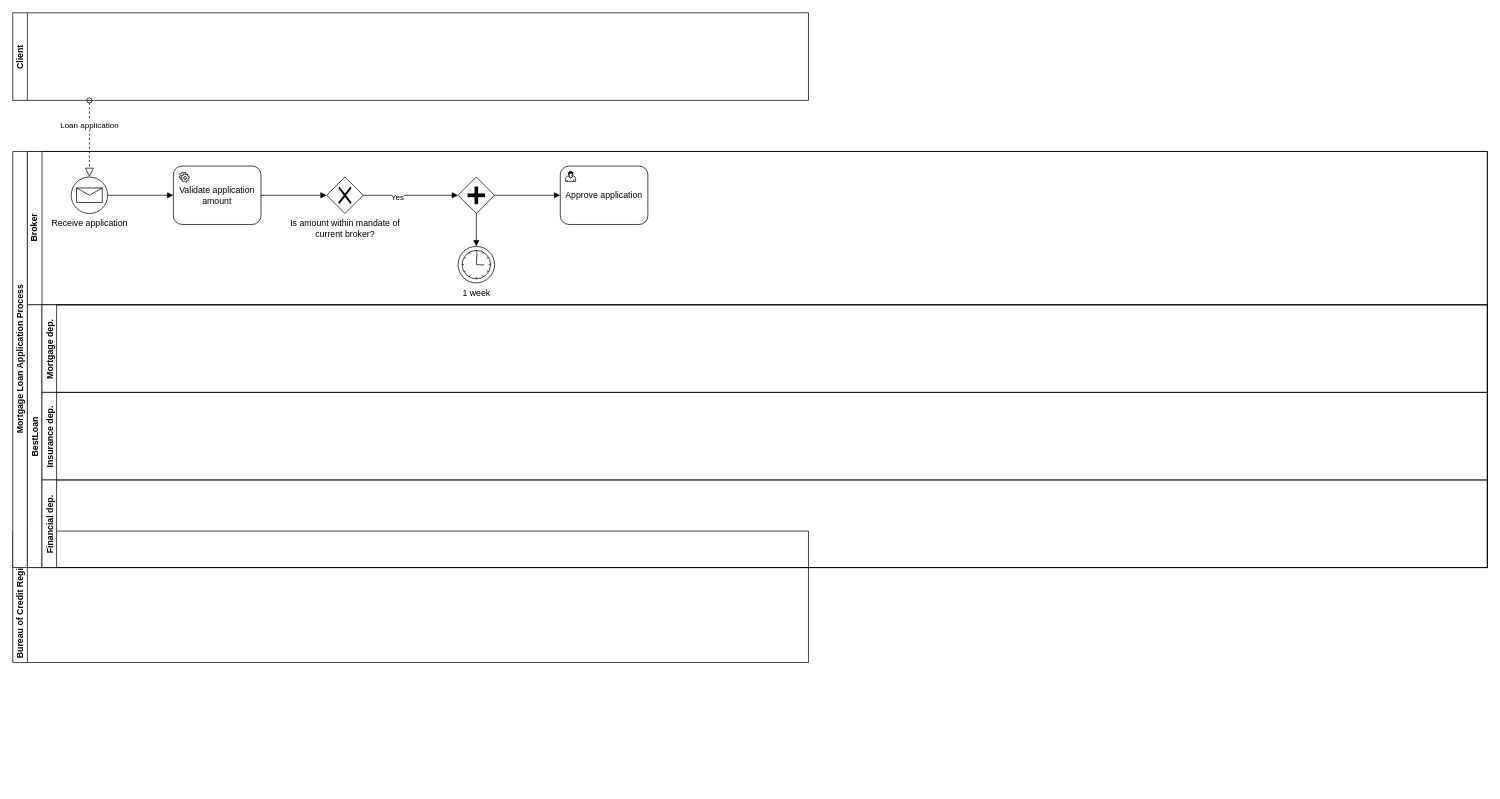
gullskatten/BPMN-models keeps this draw.io diagram as mortgage_loan_process.drawio. Above is the earlier version. Source tidied: cells renumbered, new cells numbered last; positions are measured from the earlier drawing's top-left corner, leaving out a move shared by most shapes. Both pictures are drawn from the tidied source at 73%, with x=0, y=0 at pixel (12, 12).
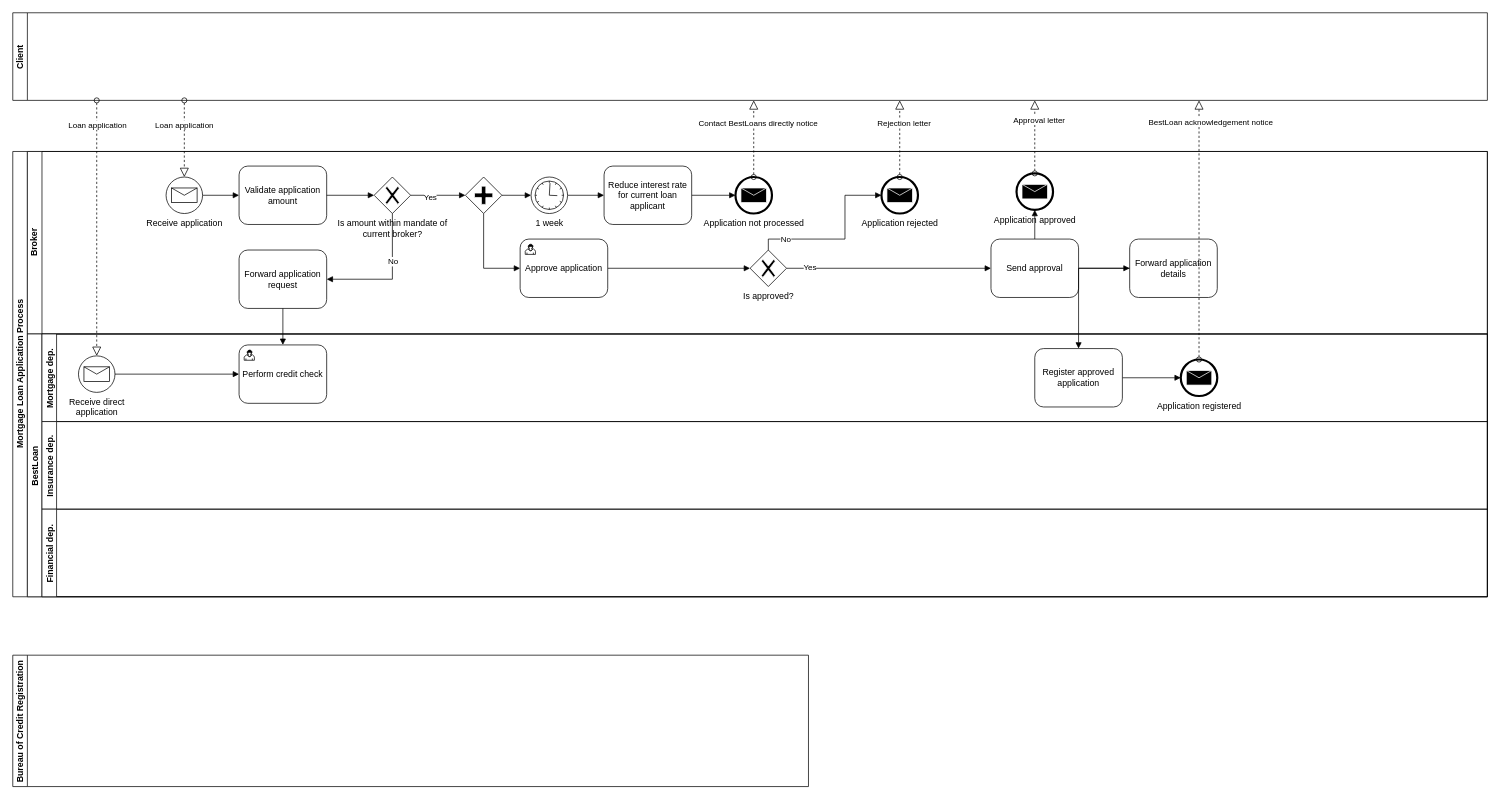
The same page after the edit.

Unchanged cells that the change refers to:
```xml
<mxCell id="21" value="Mortgage dep." style="swimlane;startSize=20;horizontal=0;" parent="20" vertex="1">
  <mxGeometry x="20" width="1980" height="120" as="geometry" />
</mxCell>
```

Diff of the diagram source:
```diff
@@
     <mxCell id="2" value="Bureau of Credit Registration" style="swimlane;startSize=20;horizontal=0;" parent="1" vertex="1">
-      <mxGeometry y="710" width="1090" height="180" as="geometry" />
+      <mxGeometry y="880" width="1090" height="180" as="geometry" />
     </mxCell>
     <mxCell id="3" value="Client" style="swimlane;startSize=20;horizontal=0;" parent="1" vertex="1">
-      <mxGeometry width="1090" height="120" as="geometry" />
+      <mxGeometry width="2020" height="120" as="geometry" />
     </mxCell>
     <mxCell id="4" value="Mortgage Loan Application Process" style="swimlane;html=1;horizontal=0;startSize=20;" parent="1" vertex="1">
-      <mxGeometry y="190" width="2020" height="570" as="geometry" />
+      <mxGeometry y="190" width="2020" height="610" as="geometry" />
     </mxCell>
     <mxCell id="5" value="Broker" style="swimlane;html=1;startSize=20;horizontal=0;" parent="4" vertex="1">
-      <mxGeometry x="20" width="2000" height="210" as="geometry" />
+      <mxGeometry x="20" width="2000" height="250" as="geometry" />
     </mxCell>
@@
-    <mxCell id="7" style="edgeStyle=orthogonalEdgeStyle;rounded=0;jettySize=auto;html=1;entryX=0;entryY=0.5;entryDx=0;entryDy=0;endArrow=block;endFill=1;" parent="5" edge="1" source="8" target="17">
+    <mxCell id="7" style="edgeStyle=orthogonalEdgeStyle;rounded=0;jettySize=auto;html=1;entryX=0;entryY=0.5;entryDx=0;entryDy=0;endArrow=block;endFill=1;exitX=0.5;exitY=1;exitDx=0;exitDy=0;" parent="5" edge="1" source="8" target="17">
       <mxGeometry relative="1" as="geometry" />
     </mxCell>
+    <mxCell id="26" style="edgeStyle=orthogonalEdgeStyle;rounded=0;jettySize=auto;html=1;entryX=0;entryY=0.5;entryDx=0;entryDy=0;endArrow=block;endFill=1;" parent="5" edge="1" source="17" target="41">
+      <mxGeometry relative="1" as="geometry" />
+    </mxCell>
+    <mxCell id="27" value="Application approved" style="shape=mxgraph.bpmn.shape;html=1;verticalLabelPosition=bottom;labelBackgroundColor=#ffffff;verticalAlign=top;align=center;perimeter=ellipsePerimeter;outlineConnect=0;outline=end;symbol=message;" parent="5" vertex="1">
+      <mxGeometry x="1355" y="30" width="50" height="50" as="geometry" />
+    </mxCell>
+    <mxCell id="28" value="Application rejected" style="shape=mxgraph.bpmn.shape;html=1;verticalLabelPosition=bottom;labelBackgroundColor=#ffffff;verticalAlign=top;align=center;perimeter=ellipsePerimeter;outlineConnect=0;outline=end;symbol=message;" parent="5" vertex="1">
+      <mxGeometry x="1170" y="35" width="50" height="50" as="geometry" />
+    </mxCell>
+    <mxCell id="29" value="Application not processed" style="shape=mxgraph.bpmn.shape;html=1;verticalLabelPosition=bottom;labelBackgroundColor=#ffffff;verticalAlign=top;align=center;perimeter=ellipsePerimeter;outlineConnect=0;outline=end;symbol=message;" parent="5" vertex="1">
+      <mxGeometry x="970" y="35" width="50" height="50" as="geometry" />
+    </mxCell>
+    <mxCell id="14" style="edgeStyle=orthogonalEdgeStyle;rounded=0;jettySize=auto;html=1;entryX=0;entryY=0.5;entryDx=0;entryDy=0;endArrow=block;endFill=1;" parent="5" edge="1" source="8" target="19">
+      <mxGeometry relative="1" as="geometry" />
+    </mxCell>
     <mxCell id="8" style="shape=mxgraph.bpmn.shape;html=1;verticalLabelPosition=bottom;labelBackgroundColor=#ffffff;verticalAlign=top;align=center;perimeter=rhombusPerimeter;background=gateway;outlineConnect=0;outline=none;symbol=parallelGw;" parent="5" vertex="1">
-      <mxGeometry x="590" y="35" width="50" height="50" as="geometry" />
+      <mxGeometry x="600" y="35" width="50" height="50" as="geometry" />
     </mxCell>
-    <mxCell id="9" value="Is amount within mandate of&lt;br&gt;current broker?" style="shape=mxgraph.bpmn.shape;html=1;verticalLabelPosition=bottom;labelBackgroundColor=#ffffff;verticalAlign=top;align=center;perimeter=rhombusPerimeter;background=gateway;outlineConnect=0;outline=none;symbol=exclusiveGw;" parent="5" vertex="1">
-      <mxGeometry x="410" y="35" width="50" height="50" as="geometry" />
-    </mxCell>
+    <mxCell id="12" value="Validate application&lt;br&gt;amount" style="html=1;whiteSpace=wrap;rounded=1;" parent="5" vertex="1">
+      <mxGeometry x="290" y="20" width="120" height="80" as="geometry" />
+    </mxCell>
     <mxCell id="10" value="Receive application" style="shape=mxgraph.bpmn.shape;html=1;verticalLabelPosition=bottom;labelBackgroundColor=#ffffff;verticalAlign=top;align=center;perimeter=ellipsePerimeter;outlineConnect=0;outline=standard;symbol=message;" parent="5" vertex="1">
-      <mxGeometry x="60" y="35" width="50" height="50" as="geometry" />
+      <mxGeometry x="190" y="35" width="50" height="50" as="geometry" />
     </mxCell>
@@
-    <mxCell id="12" value="Validate application&lt;br&gt;amount" style="html=1;whiteSpace=wrap;rounded=1;" parent="5" vertex="1">
-      <mxGeometry x="200" y="20" width="120" height="80" as="geometry" />
-    </mxCell>
-    <mxCell id="13" style="shape=mxgraph.bpmn.service_task;html=1;" parent="5" vertex="1">
-      <mxGeometry x="208" y="28" width="14" height="14" as="geometry" />
-    </mxCell>
-    <mxCell id="14" style="edgeStyle=orthogonalEdgeStyle;rounded=0;jettySize=auto;html=1;entryX=0.5;entryY=0;entryDx=0;entryDy=0;endArrow=block;endFill=1;exitX=0.5;exitY=1;exitDx=0;exitDy=0;" parent="5" edge="1" source="8" target="19">
-      <mxGeometry relative="1" as="geometry" />
-    </mxCell>
@@
+    <mxCell id="9" value="Is amount within mandate of&lt;br&gt;current broker?" style="shape=mxgraph.bpmn.shape;html=1;verticalLabelPosition=bottom;labelBackgroundColor=#ffffff;verticalAlign=top;align=center;perimeter=rhombusPerimeter;background=gateway;outlineConnect=0;outline=none;symbol=exclusiveGw;" parent="5" vertex="1">
+      <mxGeometry x="475" y="35" width="50" height="50" as="geometry" />
+    </mxCell>
+    <mxCell id="30" style="edgeStyle=orthogonalEdgeStyle;rounded=0;jettySize=auto;html=1;entryX=0;entryY=0.5;entryDx=0;entryDy=0;endArrow=block;endFill=1;" parent="5" edge="1" source="19" target="34">
+      <mxGeometry relative="1" as="geometry" />
+    </mxCell>
+    <mxCell id="31" style="edgeStyle=orthogonalEdgeStyle;rounded=0;jettySize=auto;html=1;entryX=0;entryY=0.5;entryDx=0;entryDy=0;endArrow=block;endFill=1;" parent="5" edge="1" source="34" target="29">
+      <mxGeometry relative="1" as="geometry" />
+    </mxCell>
+    <mxCell id="32" style="edgeStyle=orthogonalEdgeStyle;rounded=0;jettySize=auto;html=1;entryX=0;entryY=0.5;entryDx=0;entryDy=0;endArrow=block;endFill=1;exitX=0.5;exitY=0;exitDx=0;exitDy=0;" parent="5" edge="1" source="41" target="28">
+      <mxGeometry relative="1" as="geometry">
+        <Array as="points">
+          <mxPoint x="1015" y="120" />
+          <mxPoint x="1120" y="120" />
+          <mxPoint x="1120" y="60" />
+        </Array>
+      </mxGeometry>
+    </mxCell>
+    <mxCell id="33" value="No" style="edgeLabel;html=1;align=center;verticalAlign=middle;" parent="32" vertex="1">
+      <mxGeometry x="-0.67" relative="1" as="geometry" />
+    </mxCell>
+    <mxCell id="19" value="1 week" style="shape=mxgraph.bpmn.shape;html=1;verticalLabelPosition=bottom;labelBackgroundColor=#ffffff;verticalAlign=top;align=center;perimeter=ellipsePerimeter;outlineConnect=0;outline=standard;symbol=timer;" parent="5" vertex="1">
+      <mxGeometry x="690" y="35" width="50" height="50" as="geometry" />
+    </mxCell>
+    <mxCell id="34" value="Reduce interest rate&lt;br&gt;for current loan applicant" style="html=1;whiteSpace=wrap;rounded=1;" parent="5" vertex="1">
+      <mxGeometry x="790" y="20" width="120" height="80" as="geometry" />
+    </mxCell>
+    <mxCell id="35" style="edgeStyle=orthogonalEdgeStyle;rounded=0;jettySize=auto;html=1;entryX=0.5;entryY=1;entryDx=0;entryDy=0;endArrow=block;endFill=1;" parent="5" edge="1" source="40" target="27">
+      <mxGeometry relative="1" as="geometry" />
+    </mxCell>
+    <mxCell id="36" style="edgeStyle=orthogonalEdgeStyle;rounded=0;jettySize=auto;html=1;endArrow=block;endFill=1;entryX=0;entryY=0.5;entryDx=0;entryDy=0;" parent="5" edge="1" source="41" target="40">
+      <mxGeometry relative="1" as="geometry" />
+    </mxCell>
+    <mxCell id="37" value="Yes" style="edgeLabel;html=1;align=center;verticalAlign=middle;" parent="36" vertex="1">
+      <mxGeometry x="-0.78" y="2" relative="1" as="geometry" />
+    </mxCell>
+    <mxCell id="38" style="edgeStyle=orthogonalEdgeStyle;rounded=0;jettySize=auto;html=1;endArrow=block;endFill=1;entryX=0;entryY=0.5;entryDx=0;entryDy=0;" parent="5" edge="1" source="40" target="39">
+      <mxGeometry relative="1" as="geometry" />
+    </mxCell>
+    <mxCell id="39" value="Forward application details" style="html=1;whiteSpace=wrap;rounded=1;" parent="5" vertex="1">
+      <mxGeometry x="1510" y="120" width="120" height="80" as="geometry" />
+    </mxCell>
+    <mxCell id="40" value="Send approval" style="html=1;whiteSpace=wrap;rounded=1;" parent="5" vertex="1">
+      <mxGeometry x="1320" y="120" width="120" height="80" as="geometry" />
+    </mxCell>
+    <mxCell id="41" value="Is approved?" style="shape=mxgraph.bpmn.shape;html=1;verticalLabelPosition=bottom;labelBackgroundColor=#ffffff;verticalAlign=top;align=center;perimeter=rhombusPerimeter;background=gateway;outlineConnect=0;outline=none;symbol=exclusiveGw;" parent="5" vertex="1">
+      <mxGeometry x="990" y="135" width="50" height="50" as="geometry" />
+    </mxCell>
     <mxCell id="17" value="Approve application" style="html=1;whiteSpace=wrap;rounded=1;" parent="5" vertex="1">
-      <mxGeometry x="730" y="20" width="120" height="80" as="geometry" />
+      <mxGeometry x="675" y="120" width="120" height="80" as="geometry" />
     </mxCell>
@@
-    <mxCell id="19" value="1 week" style="shape=mxgraph.bpmn.shape;html=1;verticalLabelPosition=bottom;labelBackgroundColor=#ffffff;verticalAlign=top;align=center;perimeter=ellipsePerimeter;outlineConnect=0;outline=standard;symbol=timer;" parent="5" vertex="1">
-      <mxGeometry x="590" y="130" width="50" height="50" as="geometry" />
-    </mxCell>
+    <mxCell id="42" style="edgeStyle=orthogonalEdgeStyle;rounded=0;jettySize=auto;html=1;endArrow=block;endFill=1;entryX=1;entryY=0.5;entryDx=0;entryDy=0;" parent="5" edge="1" source="9" target="44">
+      <mxGeometry relative="1" as="geometry">
+        <Array as="points">
+          <mxPoint x="500" y="175" />
+        </Array>
+      </mxGeometry>
+    </mxCell>
+    <mxCell id="43" value="No" style="edgeLabel;html=1;align=center;verticalAlign=middle;" parent="42" vertex="1">
+      <mxGeometry x="-0.67" y="3" relative="1" as="geometry">
+        <mxPoint x="-3" y="35.8" as="offset" />
+      </mxGeometry>
+    </mxCell>
+    <mxCell id="44" value="Forward application&lt;br&gt;request" style="html=1;whiteSpace=wrap;rounded=1;" parent="5" vertex="1">
+      <mxGeometry x="290" y="135" width="120" height="80" as="geometry" />
+    </mxCell>
     <mxCell id="20" value="BestLoan" style="swimlane;startSize=20;horizontal=0;" parent="4" vertex="1">
-      <mxGeometry x="20" y="210" width="2000" height="360" as="geometry" />
+      <mxGeometry x="20" y="250" width="2000" height="360" as="geometry" />
     </mxCell>
@@
+    <mxCell id="45" style="edgeStyle=orthogonalEdgeStyle;rounded=0;jettySize=auto;html=1;endArrow=block;endFill=1;" parent="21" edge="1" source="46" target="50">
+      <mxGeometry relative="1" as="geometry" />
+    </mxCell>
+    <mxCell id="46" value="Receive direct &lt;br&gt;application" style="shape=mxgraph.bpmn.shape;html=1;verticalLabelPosition=bottom;labelBackgroundColor=#ffffff;verticalAlign=top;align=center;perimeter=ellipsePerimeter;outlineConnect=0;outline=standard;symbol=message;" parent="21" vertex="1">
+      <mxGeometry x="50" y="30" width="50" height="50" as="geometry" />
+    </mxCell>
+    <mxCell id="47" value="Application registered" style="shape=mxgraph.bpmn.shape;html=1;verticalLabelPosition=bottom;labelBackgroundColor=#ffffff;verticalAlign=top;align=center;perimeter=ellipsePerimeter;outlineConnect=0;outline=end;symbol=message;" parent="21" vertex="1">
+      <mxGeometry x="1560" y="35" width="50" height="50" as="geometry" />
+    </mxCell>
+    <mxCell id="48" style="edgeStyle=orthogonalEdgeStyle;rounded=0;jettySize=auto;html=1;entryX=0;entryY=0.5;entryDx=0;entryDy=0;endArrow=block;endFill=1;" parent="21" edge="1" source="49" target="47">
+      <mxGeometry relative="1" as="geometry" />
+    </mxCell>
+    <mxCell id="49" value="Register approved application" style="html=1;whiteSpace=wrap;rounded=1;" parent="21" vertex="1">
+      <mxGeometry x="1360" y="20" width="120" height="80" as="geometry" />
+    </mxCell>
+    <mxCell id="50" value="Perform credit check" style="html=1;whiteSpace=wrap;rounded=1;" parent="21" vertex="1">
+      <mxGeometry x="270" y="15" width="120" height="80" as="geometry" />
+    </mxCell>
+    <mxCell id="51" style="html=1;shape=mxgraph.bpmn.user_task;" parent="50" vertex="1">
+      <mxGeometry width="14" height="14" relative="1" as="geometry">
+        <mxPoint x="7" y="7" as="offset" />
+      </mxGeometry>
+    </mxCell>
@@
+    <mxCell id="52" style="edgeStyle=orthogonalEdgeStyle;rounded=0;jettySize=auto;html=1;entryX=0.5;entryY=0;entryDx=0;entryDy=0;endArrow=block;endFill=1;" parent="4" edge="1" source="39" target="49">
+      <mxGeometry relative="1" as="geometry" />
+    </mxCell>
+    <mxCell id="53" style="edgeStyle=orthogonalEdgeStyle;rounded=0;jettySize=auto;html=1;endArrow=block;endFill=1;" parent="4" edge="1" source="44" target="50">
+      <mxGeometry relative="1" as="geometry" />
+    </mxCell>
     <mxCell id="24" style="startArrow=oval;startFill=0;startSize=7;endArrow=block;endFill=0;endSize=10;dashed=1;html=1;entryX=0.5;entryY=0;entryDx=0;entryDy=0;" parent="1" edge="1" target="10">
       <mxGeometry relative="1" as="geometry">
-        <mxPoint x="105" y="120" as="sourcePoint" />
+        <mxPoint x="235" y="120" as="sourcePoint" />
       </mxGeometry>
     </mxCell>
@@
+    <mxCell id="54" style="startArrow=oval;startFill=0;startSize=7;endArrow=block;endFill=0;endSize=10;dashed=1;html=1;exitX=0.5;exitY=0;exitDx=0;exitDy=0;" parent="1" edge="1" source="29">
+      <mxGeometry relative="1" as="geometry">
+        <mxPoint x="1015" y="120" as="targetPoint" />
+      </mxGeometry>
+    </mxCell>
+    <mxCell id="55" value="Contact BestLoans directly notice" style="edgeLabel;html=1;align=center;verticalAlign=middle;" parent="54" vertex="1">
+      <mxGeometry x="-0.37" y="-1" relative="1" as="geometry">
+        <mxPoint x="4" y="-42" as="offset" />
+      </mxGeometry>
+    </mxCell>
+    <mxCell id="56" style="startArrow=oval;startFill=0;startSize=7;endArrow=block;endFill=0;endSize=10;dashed=1;html=1;exitX=0.5;exitY=0;exitDx=0;exitDy=0;" parent="1" edge="1" source="28">
+      <mxGeometry relative="1" as="geometry">
+        <mxPoint x="1215" y="120" as="targetPoint" />
+      </mxGeometry>
+    </mxCell>
+    <mxCell id="57" value="Rejection letter" style="edgeLabel;html=1;align=center;verticalAlign=middle;" parent="56" vertex="1">
+      <mxGeometry x="-0.37" y="-1" relative="1" as="geometry">
+        <mxPoint x="4" y="-42" as="offset" />
+      </mxGeometry>
+    </mxCell>
+    <mxCell id="58" style="startArrow=oval;startFill=0;startSize=7;endArrow=block;endFill=0;endSize=10;dashed=1;html=1;exitX=0.5;exitY=0;exitDx=0;exitDy=0;" parent="1" edge="1" source="27">
+      <mxGeometry relative="1" as="geometry">
+        <mxPoint x="1400" y="120" as="targetPoint" />
+      </mxGeometry>
+    </mxCell>
+    <mxCell id="59" value="Approval letter" style="edgeLabel;html=1;align=center;verticalAlign=middle;" parent="58" vertex="1">
+      <mxGeometry x="-0.37" y="-1" relative="1" as="geometry">
+        <mxPoint x="4" y="-42" as="offset" />
+      </mxGeometry>
+    </mxCell>
+    <mxCell id="60" style="startArrow=oval;startFill=0;startSize=7;endArrow=block;endFill=0;endSize=10;dashed=1;html=1;exitX=0.5;exitY=0;exitDx=0;exitDy=0;" parent="1" edge="1" source="47">
+      <mxGeometry relative="1" as="geometry">
+        <mxPoint x="1625" y="120" as="targetPoint" />
+      </mxGeometry>
+    </mxCell>
+    <mxCell id="61" value="BestLoan acknowledgement notice" style="edgeLabel;html=1;align=center;verticalAlign=middle;" parent="60" vertex="1">
+      <mxGeometry x="-0.37" y="-1" relative="1" as="geometry">
+        <mxPoint x="14" y="-213.6" as="offset" />
+      </mxGeometry>
+    </mxCell>
+    <mxCell id="62" style="startArrow=oval;startFill=0;startSize=7;endArrow=block;endFill=0;endSize=10;dashed=1;html=1;entryX=0.5;entryY=0;entryDx=0;entryDy=0;" parent="1" edge="1" target="46">
+      <mxGeometry relative="1" as="geometry">
+        <mxPoint x="115" y="120" as="sourcePoint" />
+      </mxGeometry>
+    </mxCell>
+    <mxCell id="63" value="Loan application" style="edgeLabel;html=1;align=center;verticalAlign=middle;" parent="62" vertex="1">
+      <mxGeometry x="-0.37" y="-1" relative="1" as="geometry">
+        <mxPoint x="1" y="-76.7" as="offset" />
+      </mxGeometry>
+    </mxCell>
```
